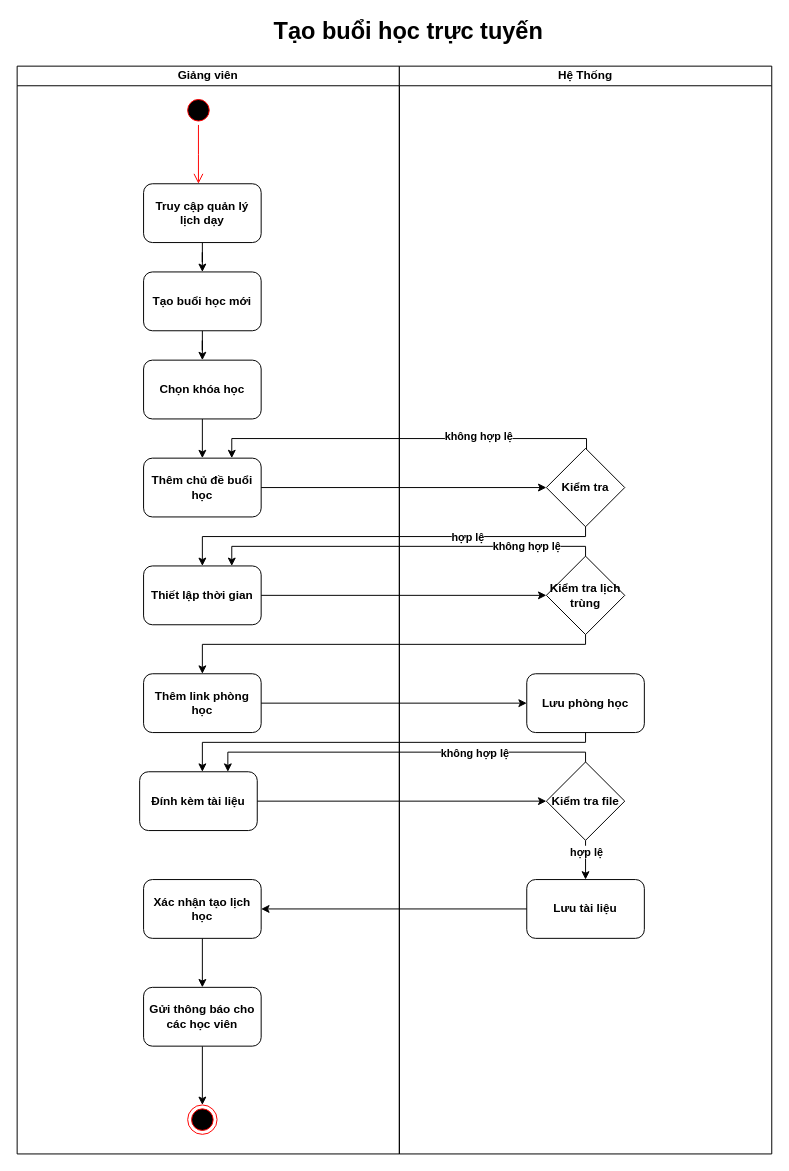
toniiplaycode/DNC-Learning keeps this draw.io diagram as document/ActivityDiagram/OnlineLearning-Activity.drawio. Above is the earlier version. Source tidied: cells renumbered, new cells numbered last; positions are measured from the earlier drawing's top-left corner, leaving out a move shared by most shapes. Both pictures are drawn from the tidied source at 98%, with x=0, y=0 at pixel (17, 17).
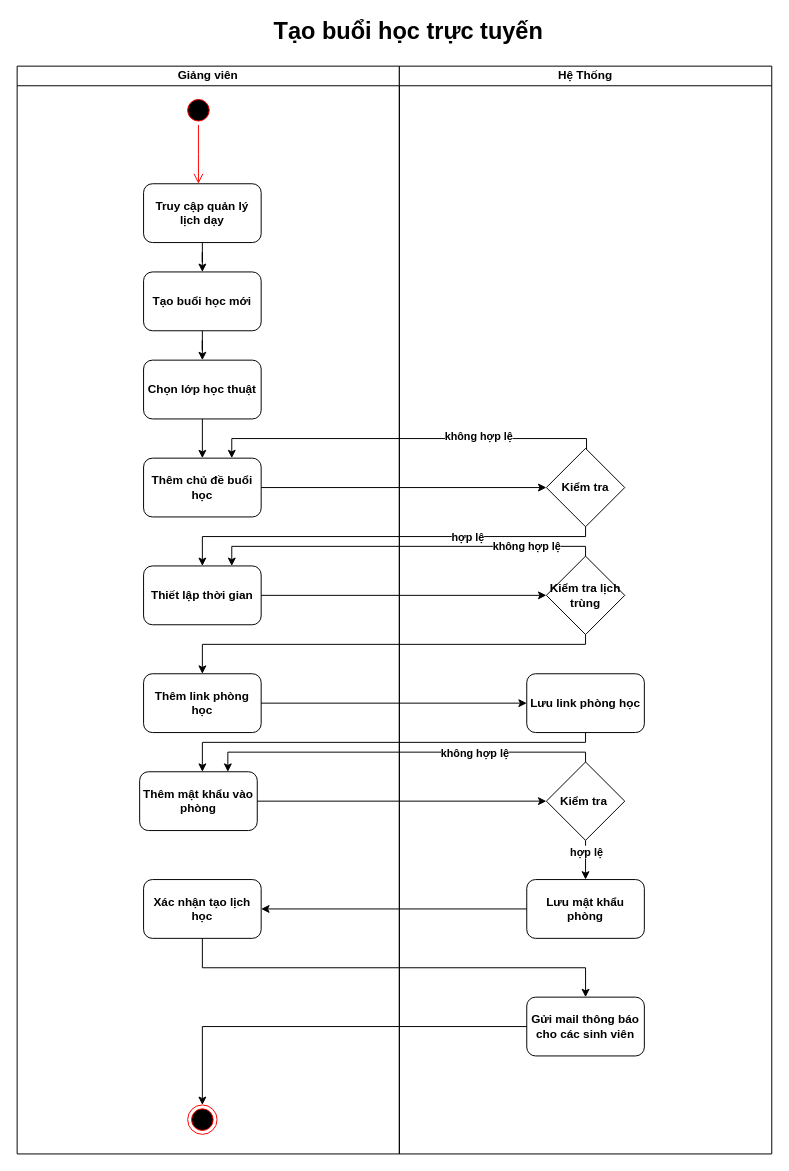
Above is the later version.

Unchanged cells that the change refers to:
```xml
<mxCell id="2" value="Giảng viên" style="swimlane;startSize=20;whiteSpace=wrap;html=1;fontStyle=1;" parent="1" vertex="1">
  <mxGeometry y="50" width="390" height="1110" as="geometry" />
</mxCell>
<mxCell id="14" value="Xác nhận tạo lịch học" style="rounded=1;whiteSpace=wrap;html=1;fontStyle=1;" parent="2" vertex="1">
  <mxGeometry x="129" y="830" width="120" height="60" as="geometry" />
</mxCell>
<mxCell id="17" style="ellipse;html=1;shape=endState;fillColor=#000000;strokeColor=#ff0000;fontStyle=1;" parent="2" vertex="1">
  <mxGeometry x="174" y="1060" width="30" height="30" as="geometry" />
</mxCell>
<mxCell id="18" value="Hệ Thống" style="swimlane;startSize=20;whiteSpace=wrap;html=1;fontStyle=1;" parent="1" vertex="1">
  <mxGeometry x="390" y="50" width="380" height="1110" as="geometry" />
</mxCell>
```

Change to the diagram source:
```diff
@@
-    <mxCell id="8" value="Chọn khóa học" style="rounded=1;whiteSpace=wrap;html=1;fontStyle=1;" parent="2" vertex="1">
+    <mxCell id="8" value="Chọn lớp học thuật" style="rounded=1;whiteSpace=wrap;html=1;fontStyle=1;" parent="2" vertex="1">
       <mxGeometry x="129" y="300" width="120" height="60" as="geometry" />
     </mxCell>
@@
-    <mxCell id="12" value="Đính kèm tài liệu" style="rounded=1;whiteSpace=wrap;html=1;fontStyle=1;" parent="2" vertex="1">
+    <mxCell id="12" value="Thêm mật khẩu vào phòng" style="rounded=1;whiteSpace=wrap;html=1;fontStyle=1;" parent="2" vertex="1">
       <mxGeometry x="125" y="720" width="120" height="60" as="geometry" />
     </mxCell>
-    <mxCell id="13" style="edgeStyle=orthogonalEdgeStyle;rounded=0;jettySize=auto;html=1;entryX=0.5;entryY=0;entryDx=0;entryDy=0;fontStyle=1;" parent="2" edge="1" source="14" target="16">
-      <mxGeometry relative="1" as="geometry" />
-    </mxCell>
@@
-    <mxCell id="15" style="edgeStyle=orthogonalEdgeStyle;rounded=0;jettySize=auto;html=1;fontStyle=1;" parent="2" edge="1" source="16" target="17">
-      <mxGeometry relative="1" as="geometry" />
-    </mxCell>
-    <mxCell id="16" value="Gửi thông báo cho các học viên" style="rounded=1;whiteSpace=wrap;html=1;fontStyle=1;" parent="2" vertex="1">
-      <mxGeometry x="129" y="940" width="120" height="60" as="geometry" />
-    </mxCell>
@@
-    <mxCell id="21" value="Lưu phòng học" style="rounded=1;whiteSpace=wrap;html=1;fontStyle=1;" parent="18" vertex="1">
+    <mxCell id="21" value="Lưu link phòng học" style="rounded=1;whiteSpace=wrap;html=1;fontStyle=1;" parent="18" vertex="1">
       <mxGeometry x="130" y="620" width="120" height="60" as="geometry" />
     </mxCell>
@@
-    <mxCell id="24" value="Kiểm tra file" style="rhombus;whiteSpace=wrap;html=1;fontStyle=1;" parent="18" vertex="1">
+    <mxCell id="24" value="Kiểm tra&amp;nbsp;" style="rhombus;whiteSpace=wrap;html=1;fontStyle=1;" parent="18" vertex="1">
       <mxGeometry x="150" y="710" width="80" height="80" as="geometry" />
     </mxCell>
-    <mxCell id="25" value="Lưu tài liệu" style="rounded=1;whiteSpace=wrap;html=1;fontStyle=1;" parent="18" vertex="1">
+    <mxCell id="25" value="Lưu mật khẩu phòng" style="rounded=1;whiteSpace=wrap;html=1;fontStyle=1;" parent="18" vertex="1">
       <mxGeometry x="130" y="830" width="120" height="60" as="geometry" />
     </mxCell>
+    <mxCell id="16" value="Gửi mail thông báo cho các sinh viên" style="rounded=1;whiteSpace=wrap;html=1;fontStyle=1;" parent="18" vertex="1">
+      <mxGeometry x="130" y="950" width="120" height="60" as="geometry" />
+    </mxCell>
@@
+    <mxCell id="13" style="edgeStyle=orthogonalEdgeStyle;rounded=0;jettySize=auto;html=1;entryX=0.5;entryY=0;entryDx=0;entryDy=0;fontStyle=1;" parent="1" edge="1" source="14" target="16">
+      <mxGeometry relative="1" as="geometry">
+        <Array as="points">
+          <mxPoint x="189" y="970" />
+          <mxPoint x="580" y="970" />
+        </Array>
+      </mxGeometry>
+    </mxCell>
+    <mxCell id="15" style="edgeStyle=orthogonalEdgeStyle;rounded=0;jettySize=auto;html=1;fontStyle=1;" parent="1" edge="1" source="16" target="17">
+      <mxGeometry relative="1" as="geometry" />
+    </mxCell>
```
